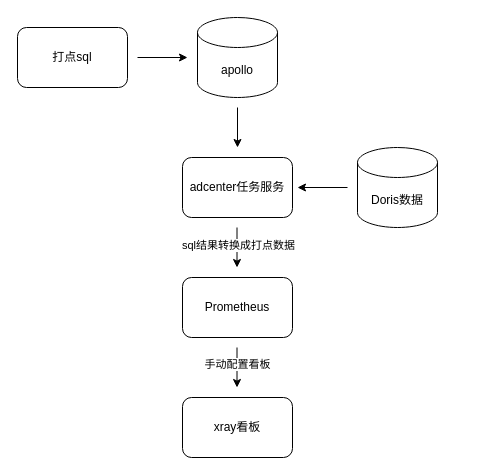
Earlier version of the draw.io diagram 未命名绘图.drawio (mantisinmidnight/gitskills). Source tidied: cells renumbered, new cells numbered last; positions are measured from the earlier drawing's top-left corner, leaving out a move shared by most shapes. Both pictures are drawn from the tidied source at 100%, with x=0, y=0 at pixel (17, 17).
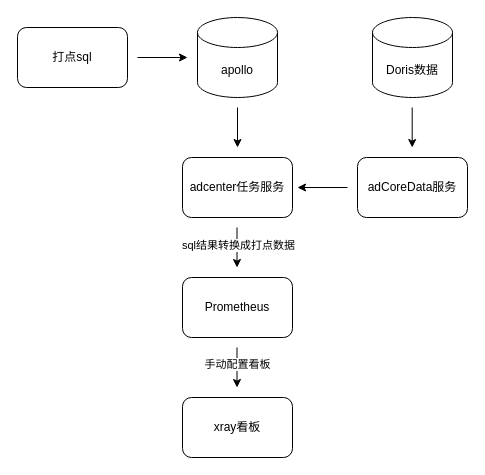
The same page after the edit.

Commit message:
更新未命名绘图.drawio

What changed in the source:
```diff
@@
     <mxCell id="3" value="Doris数据" style="shape=cylinder3;whiteSpace=wrap;html=1;boundedLbl=1;backgroundOutline=1;size=15;" parent="1" vertex="1">
-      <mxGeometry x="340" y="130" width="80" height="80" as="geometry" />
+      <mxGeometry x="355" width="80" height="80" as="geometry" />
     </mxCell>
@@
+    <mxCell id="15" value="adCoreData服务" style="rounded=1;whiteSpace=wrap;html=1;" parent="1" vertex="1">
+      <mxGeometry x="340" y="140" width="110" height="60" as="geometry" />
+    </mxCell>
+    <mxCell id="16" style="endArrow=classic;html=1;rounded=0;" parent="1" edge="1">
+      <mxGeometry relative="1" as="geometry">
+        <mxPoint x="394.7" y="90" as="sourcePoint" />
+        <mxPoint x="394.7" y="130" as="targetPoint" />
+      </mxGeometry>
+    </mxCell>
```
